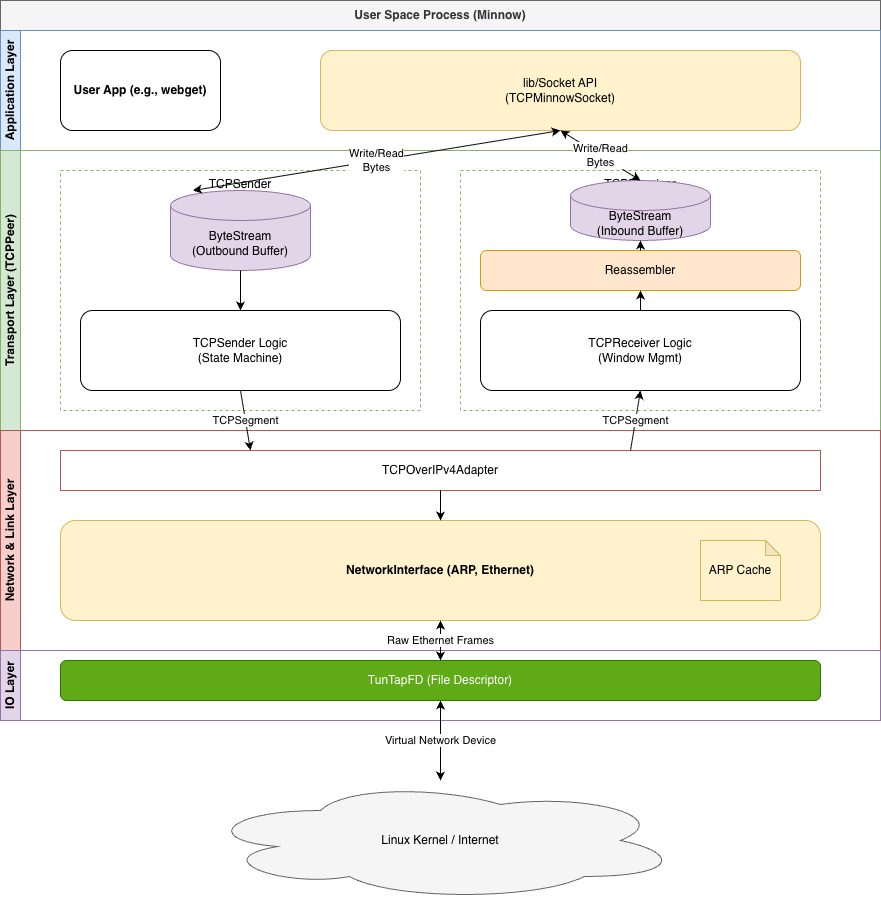
Above: docs/架构图.drawio.png in neyuki778/TinyTCP-Over-TUN (draw.io), before the change. Source tidied: cells renumbered, new cells last; positions are measured from the earlier drawing's top-left corner, leaving out a move shared by most shapes.
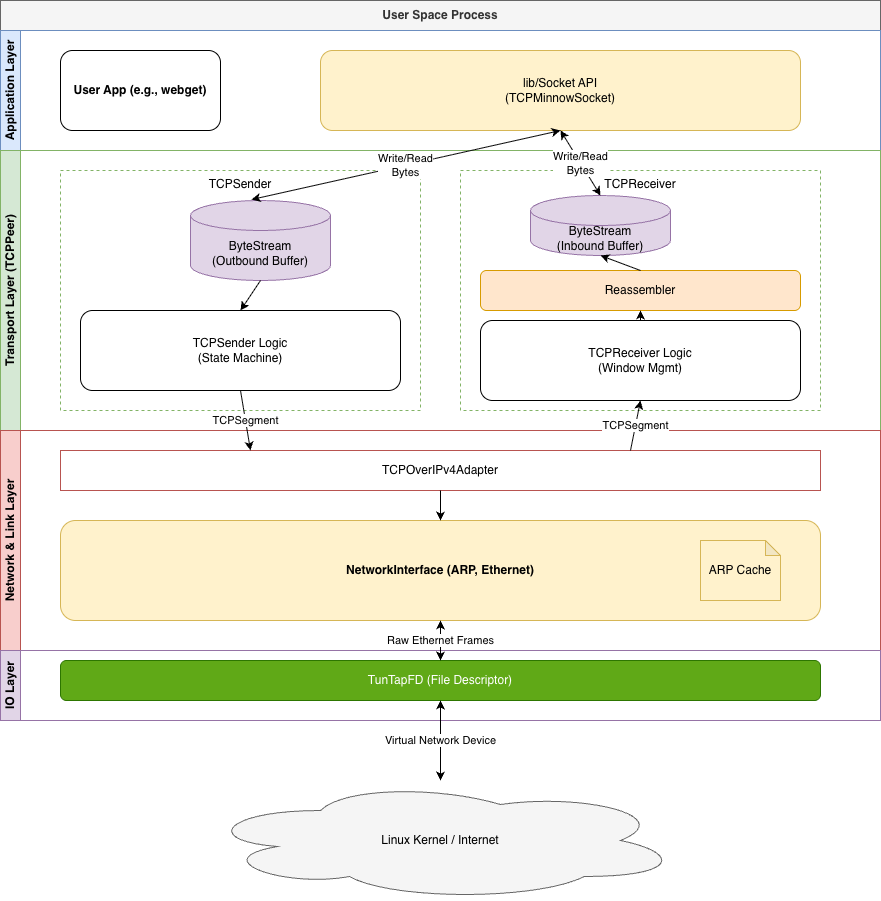
Above is the later version.

The edit, as a diff of the source:
```diff
@@ -2,7 +2,7 @@
   <root>
     <mxCell id="0" />
     <mxCell id="1" parent="0" />
-    <mxCell id="2" value="User Space Process (Minnow)" style="swimlane;whiteSpace=wrap;html=1;horizontal=1;startSize=30;fillColor=#f5f5f5;fontColor=#333333;strokeColor=#666666;" parent="1" vertex="1">
+    <mxCell id="2" value="User Space Process" style="swimlane;whiteSpace=wrap;html=1;horizontal=1;startSize=30;fillColor=#f5f5f5;fontColor=#333333;strokeColor=#666666;" parent="1" vertex="1">
       <mxGeometry width="880" height="720" as="geometry" />
     </mxCell>
     <mxCell id="3" value="Application Layer" style="swimlane;startSize=20;horizontal=0;html=1;whiteSpace=wrap;fillColor=#dae8fc;strokeColor=#6c8ebf;" parent="2" vertex="1">
@@ -27,7 +27,7 @@
       <mxGeometry x="20" y="140" width="320" height="80" as="geometry" />
     </mxCell>
     <mxCell id="10" value="ByteStream&#10;(Outbound Buffer)" style="shape=cylinder3;whiteSpace=wrap;html=1;boundedLbl=1;backgroundOutline=1;size=15;fillColor=#e1d5e7;strokeColor=#9673a6;" parent="7" vertex="1">
-      <mxGeometry x="110" y="20" width="140" height="80" as="geometry" />
+      <mxGeometry x="130" y="30" width="140" height="80" as="geometry" />
     </mxCell>
     <mxCell id="11" style="endArrow=classic;html=1;entryX=0.5;entryY=0;entryDx=0;entryDy=0;exitX=0.5;exitY=1;exitDx=0;exitDy=0;exitPerimeter=0;" parent="7" edge="1" source="10" target="9">
       <mxGeometry relative="1" as="geometry" />
@@ -39,13 +39,13 @@
       <mxGeometry width="360" height="240" as="geometry" />
     </mxCell>
     <mxCell id="14" value="TCPReceiver Logic&#10;(Window Mgmt)" style="rounded=1;whiteSpace=wrap;html=1;fillColor=#ffffff;strokeColor=#000000;" parent="12" vertex="1">
-      <mxGeometry x="20" y="140" width="320" height="80" as="geometry" />
+      <mxGeometry x="20" y="150" width="320" height="80" as="geometry" />
     </mxCell>
     <mxCell id="15" value="Reassembler" style="rounded=1;whiteSpace=wrap;html=1;fillColor=#ffe6cc;strokeColor=#d79b00;" parent="12" vertex="1">
-      <mxGeometry x="20" y="80" width="320" height="40" as="geometry" />
+      <mxGeometry x="20" y="100" width="320" height="40" as="geometry" />
     </mxCell>
     <mxCell id="16" value="ByteStream&#10;(Inbound Buffer)" style="shape=cylinder3;whiteSpace=wrap;html=1;boundedLbl=1;backgroundOutline=1;size=15;fillColor=#e1d5e7;strokeColor=#9673a6;" parent="12" vertex="1">
-      <mxGeometry x="110" y="10" width="140" height="60" as="geometry" />
+      <mxGeometry x="70" y="25" width="140" height="60" as="geometry" />
     </mxCell>
     <mxCell id="17" style="endArrow=classic;html=1;entryX=0.5;entryY=1;entryDx=0;entryDy=0;entryPerimeter=0;exitX=0.5;exitY=0;exitDx=0;exitDy=0;" parent="12" edge="1" source="15" target="16">
       <mxGeometry relative="1" as="geometry" />
@@ -77,7 +77,7 @@
     <mxCell id="26" value="Linux Kernel / Internet" style="ellipse;shape=cloud;whiteSpace=wrap;html=1;fillColor=#f5f5f5;strokeColor=#666666;" parent="1" vertex="1">
       <mxGeometry x="200" y="780" width="480" height="120" as="geometry" />
     </mxCell>
-    <mxCell id="27" value="Write/Read&#10;Bytes" style="endArrow=classic;startArrow=classic;html=1;entryX=0.5;entryY=1;entryDx=0;entryDy=0;entryPerimeter=0;exitX=0.16;exitY=0;exitDx=0;exitDy=0;exitPerimeter=0;" parent="1" edge="1" source="10" target="5">
+    <mxCell id="27" value="Write/Read&#10;Bytes" style="endArrow=classic;startArrow=classic;html=1;entryX=0.5;entryY=1;entryDx=0;entryDy=0;entryPerimeter=0;exitX=0.436;exitY=-0.012;exitDx=0;exitDy=0;exitPerimeter=0;" parent="1" edge="1" source="10" target="5">
       <mxGeometry relative="1" as="geometry" />
     </mxCell>
     <mxCell id="28" value="Write/Read&#10;Bytes" style="endArrow=classic;startArrow=classic;html=1;entryX=0.5;entryY=1;entryDx=0;entryDy=0;entryPerimeter=0;exitX=0.5;exitY=0;exitDx=0;exitDy=0;exitPerimeter=0;" parent="1" edge="1" source="16" target="5">
```
